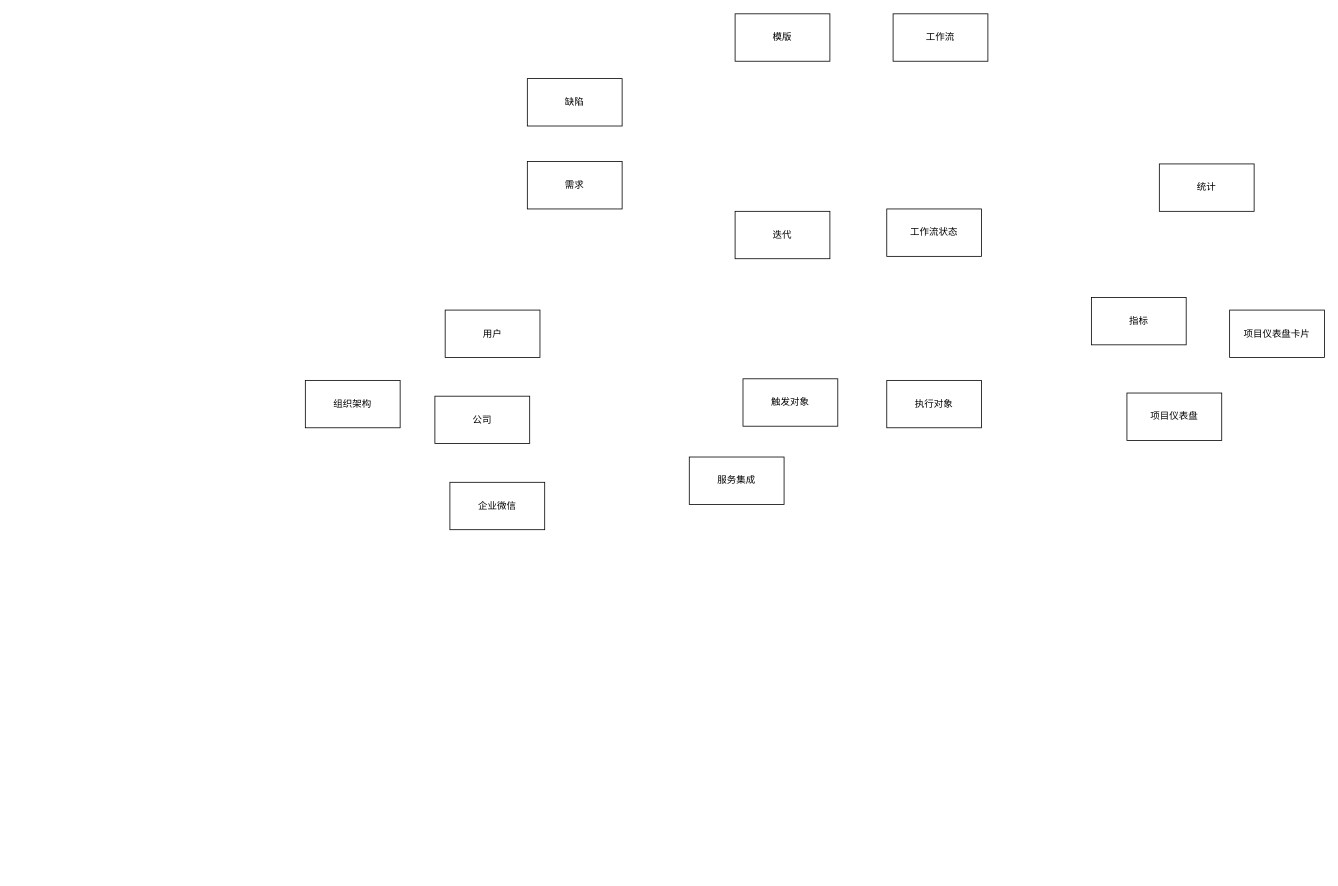
Above: ER图.drawio in qf2020/drawio (draw.io), before the change. Source tidied: cells renumbered, new cells numbered last; positions are measured from the earlier drawing's top-left corner, leaving out a move shared by most shapes. Both pictures are drawn from the tidied source at 79%, with x=0, y=0 at pixel (305, 13).
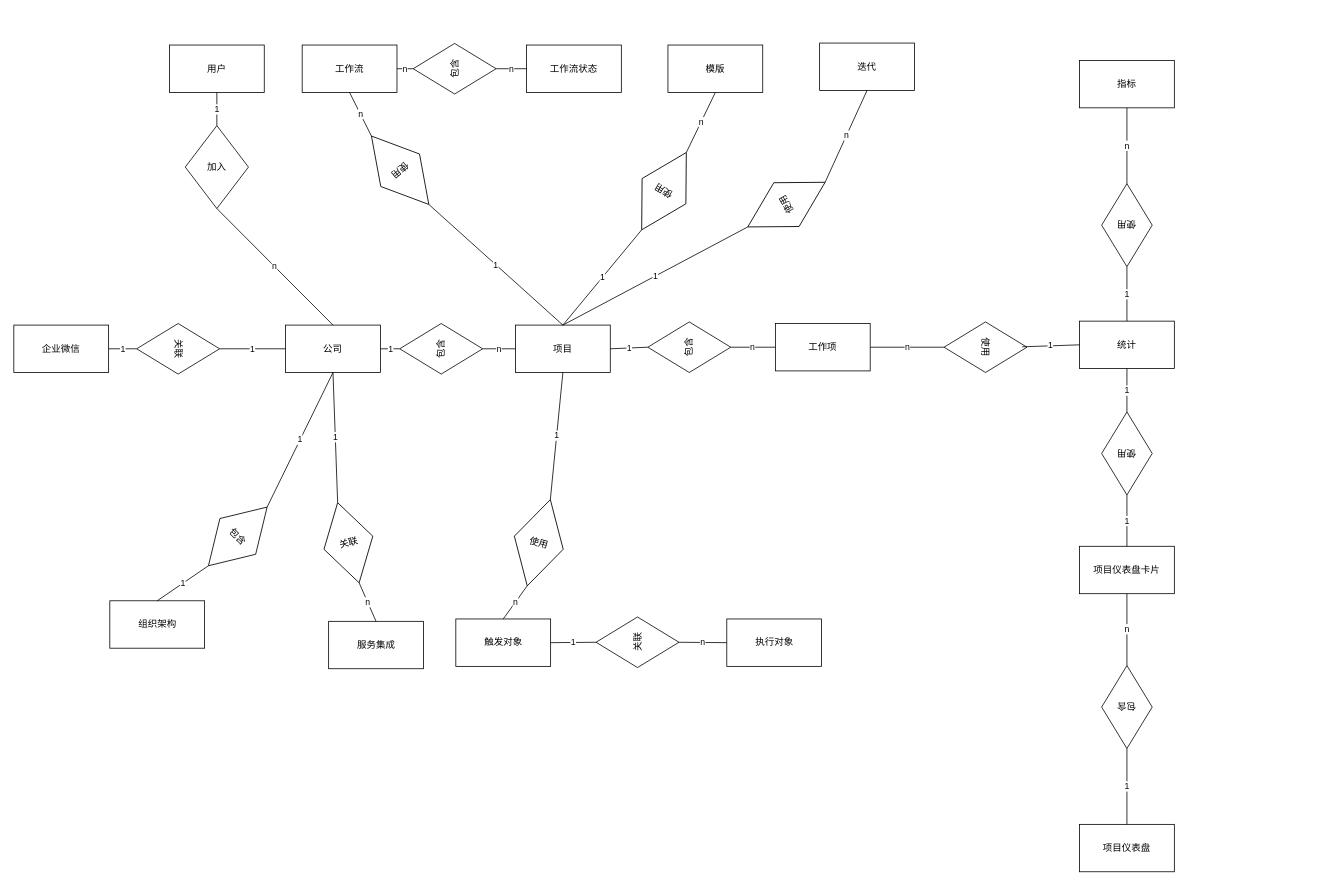
The same diagram, later.

What changed in the source:
```diff
@@
-    <mxCell id="2" value="需求" style="rounded=0;whiteSpace=wrap;html=1;" parent="1" vertex="1">
-      <mxGeometry x="281" y="187" width="120" height="60" as="geometry" />
-    </mxCell>
-    <mxCell id="3" value="缺陷" style="rounded=0;whiteSpace=wrap;html=1;" parent="1" vertex="1">
-      <mxGeometry x="281" y="82" width="120" height="60" as="geometry" />
+    <mxCell id="3" value="项目" style="rounded=0;whiteSpace=wrap;html=1;" parent="1" vertex="1">
+      <mxGeometry x="266" y="394" width="120" height="60" as="geometry" />
     </mxCell>
     <mxCell id="4" value="模版" style="rounded=0;whiteSpace=wrap;html=1;" parent="1" vertex="1">
-      <mxGeometry x="544" width="120" height="60" as="geometry" />
+      <mxGeometry x="459" y="39.5" width="120" height="60" as="geometry" />
     </mxCell>
     <mxCell id="5" value="工作流" style="rounded=0;whiteSpace=wrap;html=1;" parent="1" vertex="1">
-      <mxGeometry x="744" width="120" height="60" as="geometry" />
+      <mxGeometry x="-4" y="39.5" width="120" height="60" as="geometry" />
     </mxCell>
     <mxCell id="6" value="工作流状态" style="rounded=0;whiteSpace=wrap;html=1;" parent="1" vertex="1">
-      <mxGeometry x="736" y="247" width="120" height="60" as="geometry" />
+      <mxGeometry x="280" y="39.5" width="120" height="60" as="geometry" />
     </mxCell>
     <mxCell id="7" value="迭代" style="rounded=0;whiteSpace=wrap;html=1;" parent="1" vertex="1">
-      <mxGeometry x="544" y="250" width="120" height="60" as="geometry" />
+      <mxGeometry x="651" y="37" width="120" height="60" as="geometry" />
     </mxCell>
     <mxCell id="8" value="触发对象" style="rounded=0;whiteSpace=wrap;html=1;" parent="1" vertex="1">
-      <mxGeometry x="554" y="462" width="120" height="60" as="geometry" />
+      <mxGeometry x="190.5" y="766" width="120" height="60" as="geometry" />
     </mxCell>
     <mxCell id="9" value="执行对象" style="rounded=0;whiteSpace=wrap;html=1;" parent="1" vertex="1">
-      <mxGeometry x="736" y="464" width="120" height="60" as="geometry" />
+      <mxGeometry x="533.5" y="766" width="120" height="60" as="geometry" />
     </mxCell>
     <mxCell id="10" value="统计" style="rounded=0;whiteSpace=wrap;html=1;" parent="1" vertex="1">
-      <mxGeometry x="1081" y="190" width="120" height="60" as="geometry" />
+      <mxGeometry x="980" y="389" width="120" height="60" as="geometry" />
     </mxCell>
     <mxCell id="11" value="指标" style="rounded=0;whiteSpace=wrap;html=1;" parent="1" vertex="1">
-      <mxGeometry x="995" y="359" width="120" height="60" as="geometry" />
+      <mxGeometry x="980" y="59" width="120" height="60" as="geometry" />
     </mxCell>
     <mxCell id="12" value="项目仪表盘" style="rounded=0;whiteSpace=wrap;html=1;" parent="1" vertex="1">
-      <mxGeometry x="1040" y="480" width="120" height="60" as="geometry" />
+      <mxGeometry x="980" y="1026" width="120" height="60" as="geometry" />
     </mxCell>
     <mxCell id="13" value="项目仪表盘卡片" style="rounded=0;whiteSpace=wrap;html=1;" parent="1" vertex="1">
-      <mxGeometry x="1170" y="375" width="120" height="60" as="geometry" />
+      <mxGeometry x="980" y="674" width="120" height="60" as="geometry" />
     </mxCell>
     <mxCell id="14" value="用户" style="rounded=0;whiteSpace=wrap;html=1;" parent="1" vertex="1">
-      <mxGeometry x="177" y="375" width="120" height="60" as="geometry" />
+      <mxGeometry x="-172" y="39.5" width="120" height="60" as="geometry" />
     </mxCell>
     <mxCell id="15" value="公司" style="rounded=0;whiteSpace=wrap;html=1;" parent="1" vertex="1">
-      <mxGeometry x="164" y="484" width="120" height="60" as="geometry" />
+      <mxGeometry x="-25" y="394" width="120" height="60" as="geometry" />
     </mxCell>
     <mxCell id="16" value="企业微信" style="rounded=0;whiteSpace=wrap;html=1;" parent="1" vertex="1">
-      <mxGeometry x="183" y="593" width="120" height="60" as="geometry" />
+      <mxGeometry x="-369" y="394" width="120" height="60" as="geometry" />
     </mxCell>
     <mxCell id="17" value="组织架构" style="rounded=0;whiteSpace=wrap;html=1;" parent="1" vertex="1">
-      <mxGeometry y="464" width="120" height="60" as="geometry" />
+      <mxGeometry x="-247.5" y="743" width="120" height="60" as="geometry" />
     </mxCell>
     <mxCell id="18" value="服务集成" style="rounded=0;whiteSpace=wrap;html=1;" parent="1" vertex="1">
-      <mxGeometry x="486" y="561" width="120" height="60" as="geometry" />
+      <mxGeometry x="29.5" y="769" width="120" height="60" as="geometry" />
     </mxCell>
+    <mxCell id="19" value="包含" style="rhombus;whiteSpace=wrap;html=1;rotation=45;" parent="1" vertex="1">
+      <mxGeometry x="-117.5" y="609" width="64" height="105" as="geometry" />
+    </mxCell>
+    <mxCell id="20" value="1" style="endArrow=none;html=1;rounded=0;exitX=0.5;exitY=1;exitDx=0;exitDy=0;entryX=0.5;entryY=0;entryDx=0;entryDy=0;" parent="1" edge="1" source="15" target="19">
+      <mxGeometry relative="1" as="geometry" />
+    </mxCell>
+    <mxCell id="21" value="1" style="endArrow=none;html=1;rounded=0;exitX=0.5;exitY=1;exitDx=0;exitDy=0;entryX=0.5;entryY=0;entryDx=0;entryDy=0;" parent="1" edge="1" source="19" target="17">
+      <mxGeometry relative="1" as="geometry" />
+    </mxCell>
+    <mxCell id="22" value="加入" style="rhombus;whiteSpace=wrap;html=1;rotation=0;" parent="1" vertex="1">
+      <mxGeometry x="-152" y="141.5" width="80" height="105" as="geometry" />
+    </mxCell>
+    <mxCell id="23" value="1" style="endArrow=none;html=1;rounded=0;exitX=0.5;exitY=1;exitDx=0;exitDy=0;entryX=0.5;entryY=0;entryDx=0;entryDy=0;" parent="1" edge="1" source="14" target="22">
+      <mxGeometry relative="1" as="geometry" />
+    </mxCell>
+    <mxCell id="24" value="n" style="endArrow=none;html=1;rounded=0;exitX=0.5;exitY=1;exitDx=0;exitDy=0;entryX=0.5;entryY=0;entryDx=0;entryDy=0;" parent="1" edge="1" source="22" target="15">
+      <mxGeometry relative="1" as="geometry" />
+    </mxCell>
+    <mxCell id="25" value="关联" style="rhombus;whiteSpace=wrap;html=1;rotation=90;" parent="1" vertex="1">
+      <mxGeometry x="-193" y="371.5" width="64" height="105" as="geometry" />
+    </mxCell>
+    <mxCell id="26" value="1" style="endArrow=none;html=1;rounded=0;exitX=0;exitY=0.5;exitDx=0;exitDy=0;entryX=0.5;entryY=0;entryDx=0;entryDy=0;" parent="1" edge="1" source="15" target="25">
+      <mxGeometry relative="1" as="geometry" />
+    </mxCell>
+    <mxCell id="27" value="1" style="endArrow=none;html=1;rounded=0;exitX=0.5;exitY=1;exitDx=0;exitDy=0;entryX=1;entryY=0.5;entryDx=0;entryDy=0;" parent="1" edge="1" source="25" target="16">
+      <mxGeometry relative="1" as="geometry" />
+    </mxCell>
+    <mxCell id="28" value="包含" style="rhombus;whiteSpace=wrap;html=1;rotation=-90;" parent="1" vertex="1">
+      <mxGeometry x="157" y="17" width="64" height="105" as="geometry" />
+    </mxCell>
+    <mxCell id="29" value="n" style="endArrow=none;html=1;rounded=0;entryX=0;entryY=0.5;entryDx=0;entryDy=0;exitX=0.5;exitY=1;exitDx=0;exitDy=0;" parent="1" edge="1" source="28" target="6">
+      <mxGeometry relative="1" as="geometry" />
+    </mxCell>
+    <mxCell id="30" value="n" style="endArrow=none;html=1;rounded=0;exitX=1;exitY=0.5;exitDx=0;exitDy=0;entryX=0.5;entryY=0;entryDx=0;entryDy=0;" parent="1" edge="1" source="5" target="28">
+      <mxGeometry x="0.01" relative="1" as="geometry" />
+    </mxCell>
+    <mxCell id="31" value="工作项" style="rounded=0;whiteSpace=wrap;html=1;" parent="1" vertex="1">
+      <mxGeometry x="595" y="392" width="120" height="60" as="geometry" />
+    </mxCell>
+    <mxCell id="32" value="包含" style="rhombus;whiteSpace=wrap;html=1;rotation=-90;" parent="1" vertex="1">
+      <mxGeometry x="140" y="371.5" width="64" height="105" as="geometry" />
+    </mxCell>
+    <mxCell id="33" value="1" style="endArrow=none;html=1;rounded=0;entryX=1;entryY=0.5;entryDx=0;entryDy=0;exitX=0.5;exitY=0;exitDx=0;exitDy=0;" parent="1" edge="1" source="32" target="15">
+      <mxGeometry relative="1" as="geometry" />
+    </mxCell>
+    <mxCell id="34" value="n" style="endArrow=none;html=1;rounded=0;exitX=0;exitY=0.5;exitDx=0;exitDy=0;entryX=0.5;entryY=1;entryDx=0;entryDy=0;" parent="1" edge="1" source="3" target="32">
+      <mxGeometry x="0.01" relative="1" as="geometry" />
+    </mxCell>
+    <mxCell id="35" value="关联" style="rhombus;whiteSpace=wrap;html=1;rotation=-15;" parent="1" vertex="1">
+      <mxGeometry x="22.5" y="617" width="64" height="105" as="geometry" />
+    </mxCell>
+    <mxCell id="36" value="1" style="endArrow=none;html=1;rounded=0;entryX=0.5;entryY=0;entryDx=0;entryDy=0;exitX=0.5;exitY=1;exitDx=0;exitDy=0;" parent="1" edge="1" source="15" target="35">
+      <mxGeometry relative="1" as="geometry" />
+    </mxCell>
+    <mxCell id="37" value="n" style="endArrow=none;html=1;rounded=0;entryX=0.5;entryY=0;entryDx=0;entryDy=0;exitX=0.5;exitY=1;exitDx=0;exitDy=0;" parent="1" edge="1" source="35" target="18">
+      <mxGeometry relative="1" as="geometry" />
+    </mxCell>
+    <mxCell id="38" value="关联" style="rhombus;whiteSpace=wrap;html=1;rotation=-90;" parent="1" vertex="1">
+      <mxGeometry x="388.5" y="743" width="64" height="105" as="geometry" />
+    </mxCell>
+    <mxCell id="39" value="1" style="endArrow=none;html=1;rounded=0;exitX=1;exitY=0.5;exitDx=0;exitDy=0;entryX=0.5;entryY=0;entryDx=0;entryDy=0;" parent="1" edge="1" source="8" target="38">
+      <mxGeometry relative="1" as="geometry" />
+    </mxCell>
+    <mxCell id="40" value="n" style="endArrow=none;html=1;rounded=0;entryX=0;entryY=0.5;entryDx=0;entryDy=0;exitX=0.5;exitY=1;exitDx=0;exitDy=0;" parent="1" edge="1" source="38" target="9">
+      <mxGeometry relative="1" as="geometry" />
+    </mxCell>
+    <mxCell id="41" value="包含" style="rhombus;whiteSpace=wrap;html=1;rotation=-90;" parent="1" vertex="1">
+      <mxGeometry x="454" y="369.5" width="64" height="105" as="geometry" />
+    </mxCell>
+    <mxCell id="42" value="1" style="endArrow=none;html=1;rounded=0;entryX=1;entryY=0.5;entryDx=0;entryDy=0;exitX=0.5;exitY=0;exitDx=0;exitDy=0;" parent="1" edge="1" source="41" target="3">
+      <mxGeometry relative="1" as="geometry" />
+    </mxCell>
+    <mxCell id="43" value="n" style="endArrow=none;html=1;rounded=0;exitX=0;exitY=0.5;exitDx=0;exitDy=0;entryX=0.5;entryY=1;entryDx=0;entryDy=0;" parent="1" edge="1" source="31" target="41">
+      <mxGeometry x="0.01" relative="1" as="geometry" />
+    </mxCell>
+    <mxCell id="44" value="使用" style="rhombus;whiteSpace=wrap;html=1;rotation=140;" parent="1" vertex="1">
+      <mxGeometry x="88" y="141.5" width="64" height="113" as="geometry" />
+    </mxCell>
+    <mxCell id="45" value="1" style="endArrow=none;html=1;rounded=0;entryX=0.5;entryY=0;entryDx=0;entryDy=0;exitX=0.5;exitY=0;exitDx=0;exitDy=0;" parent="1" edge="1" source="44" target="3">
+      <mxGeometry relative="1" as="geometry" />
+    </mxCell>
+    <mxCell id="46" value="n" style="endArrow=none;html=1;rounded=0;exitX=0.5;exitY=1;exitDx=0;exitDy=0;entryX=0.5;entryY=1;entryDx=0;entryDy=0;" parent="1" edge="1" source="44" target="5">
+      <mxGeometry x="0.01" relative="1" as="geometry" />
+    </mxCell>
+    <mxCell id="47" value="使用" style="rhombus;whiteSpace=wrap;html=1;rotation=15;" parent="1" vertex="1">
+      <mxGeometry x="263.5" y="613" width="64" height="113" as="geometry" />
+    </mxCell>
+    <mxCell id="48" value="1" style="endArrow=none;html=1;rounded=0;entryX=0.5;entryY=1;entryDx=0;entryDy=0;exitX=0.5;exitY=0;exitDx=0;exitDy=0;" parent="1" edge="1" source="47" target="3">
+      <mxGeometry relative="1" as="geometry" />
+    </mxCell>
+    <mxCell id="49" value="n" style="endArrow=none;html=1;rounded=0;exitX=0.5;exitY=1;exitDx=0;exitDy=0;entryX=0.5;entryY=0;entryDx=0;entryDy=0;" parent="1" edge="1" source="47" target="8">
+      <mxGeometry x="0.01" relative="1" as="geometry" />
+    </mxCell>
+    <mxCell id="50" value="使用" style="rhombus;whiteSpace=wrap;html=1;rotation=-150;" parent="1" vertex="1">
+      <mxGeometry x="422" y="168" width="64" height="113" as="geometry" />
+    </mxCell>
+    <mxCell id="51" value="1" style="endArrow=none;html=1;rounded=0;entryX=0.5;entryY=0;entryDx=0;entryDy=0;exitX=0.5;exitY=0;exitDx=0;exitDy=0;" parent="1" edge="1" source="50" target="3">
+      <mxGeometry relative="1" as="geometry" />
+    </mxCell>
+    <mxCell id="52" value="n" style="endArrow=none;html=1;rounded=0;exitX=0.5;exitY=1;exitDx=0;exitDy=0;entryX=0.5;entryY=1;entryDx=0;entryDy=0;" parent="1" edge="1" source="50" target="4">
+      <mxGeometry x="0.01" relative="1" as="geometry" />
+    </mxCell>
+    <mxCell id="53" value="使用" style="rhombus;whiteSpace=wrap;html=1;rotation=-180;" parent="1" vertex="1">
+      <mxGeometry x="1008" y="215" width="64" height="105" as="geometry" />
+    </mxCell>
+    <mxCell id="54" value="1" style="endArrow=none;html=1;rounded=0;entryX=0.5;entryY=0;entryDx=0;entryDy=0;exitX=0.5;exitY=0;exitDx=0;exitDy=0;" parent="1" edge="1" source="53" target="10">
+      <mxGeometry relative="1" as="geometry" />
+    </mxCell>
+    <mxCell id="55" value="n" style="endArrow=none;html=1;rounded=0;exitX=0.5;exitY=1;exitDx=0;exitDy=0;entryX=0.5;entryY=1;entryDx=0;entryDy=0;" parent="1" edge="1" source="53" target="11">
+      <mxGeometry x="0.01" relative="1" as="geometry" />
+    </mxCell>
+    <mxCell id="56" value="使用" style="rhombus;whiteSpace=wrap;html=1;rotation=-180;" parent="1" vertex="1">
+      <mxGeometry x="1008" y="504" width="64" height="105" as="geometry" />
+    </mxCell>
+    <mxCell id="57" value="1" style="endArrow=none;html=1;rounded=0;entryX=0.5;entryY=1;entryDx=0;entryDy=0;exitX=0.5;exitY=1;exitDx=0;exitDy=0;" parent="1" edge="1" source="10" target="56">
+      <mxGeometry relative="1" as="geometry" />
+    </mxCell>
+    <mxCell id="58" value="1" style="endArrow=none;html=1;rounded=0;entryX=0.5;entryY=0;entryDx=0;entryDy=0;exitX=0.5;exitY=0;exitDx=0;exitDy=0;" parent="1" edge="1" source="56" target="13">
+      <mxGeometry relative="1" as="geometry" />
+    </mxCell>
+    <mxCell id="59" value="1" style="endArrow=none;html=1;rounded=0;entryX=0.5;entryY=0;entryDx=0;entryDy=0;exitX=0.5;exitY=0;exitDx=0;exitDy=0;" parent="1" edge="1" source="60" target="12">
+      <mxGeometry relative="1" as="geometry" />
+    </mxCell>
+    <mxCell id="60" value="包含" style="rhombus;whiteSpace=wrap;html=1;rotation=-180;" parent="1" vertex="1">
+      <mxGeometry x="1008" y="825" width="64" height="105" as="geometry" />
+    </mxCell>
+    <mxCell id="61" value="n" style="endArrow=none;html=1;rounded=0;exitX=0.5;exitY=1;exitDx=0;exitDy=0;entryX=0.5;entryY=1;entryDx=0;entryDy=0;" parent="1" edge="1" source="60" target="13">
+      <mxGeometry x="0.01" relative="1" as="geometry" />
+    </mxCell>
+    <mxCell id="62" value="使用" style="rhombus;whiteSpace=wrap;html=1;rotation=90;" parent="1" vertex="1">
+      <mxGeometry x="829" y="369.5" width="64" height="105" as="geometry" />
+    </mxCell>
+    <mxCell id="63" value="1" style="endArrow=none;html=1;rounded=0;entryX=0;entryY=0.5;entryDx=0;entryDy=0;exitX=0.492;exitY=0.057;exitDx=0;exitDy=0;exitPerimeter=0;" parent="1" edge="1" source="62" target="10">
+      <mxGeometry relative="1" as="geometry" />
+    </mxCell>
+    <mxCell id="64" value="n" style="endArrow=none;html=1;rounded=0;exitX=1;exitY=0.5;exitDx=0;exitDy=0;entryX=0.5;entryY=1;entryDx=0;entryDy=0;" parent="1" edge="1" source="31" target="62">
+      <mxGeometry x="0.01" relative="1" as="geometry" />
+    </mxCell>
+    <mxCell id="65" value="使用" style="rhombus;whiteSpace=wrap;html=1;rotation=-120;" parent="1" vertex="1">
+      <mxGeometry x="577" y="185" width="64" height="113" as="geometry" />
+    </mxCell>
+    <mxCell id="66" value="1" style="endArrow=none;html=1;rounded=0;entryX=0.5;entryY=0;entryDx=0;entryDy=0;exitX=0.5;exitY=0;exitDx=0;exitDy=0;" parent="1" edge="1" source="65" target="3">
+      <mxGeometry relative="1" as="geometry" />
+    </mxCell>
+    <mxCell id="67" value="n" style="endArrow=none;html=1;rounded=0;exitX=0.5;exitY=1;exitDx=0;exitDy=0;entryX=0.5;entryY=1;entryDx=0;entryDy=0;" parent="1" edge="1" source="65" target="7">
+      <mxGeometry x="0.01" relative="1" as="geometry" />
+    </mxCell>
```
